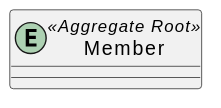
Above: document/puml/membercontext/memberAggregate.svg in SimpleBoardTeam/simpleBoard-server (PlantUML), before the change.
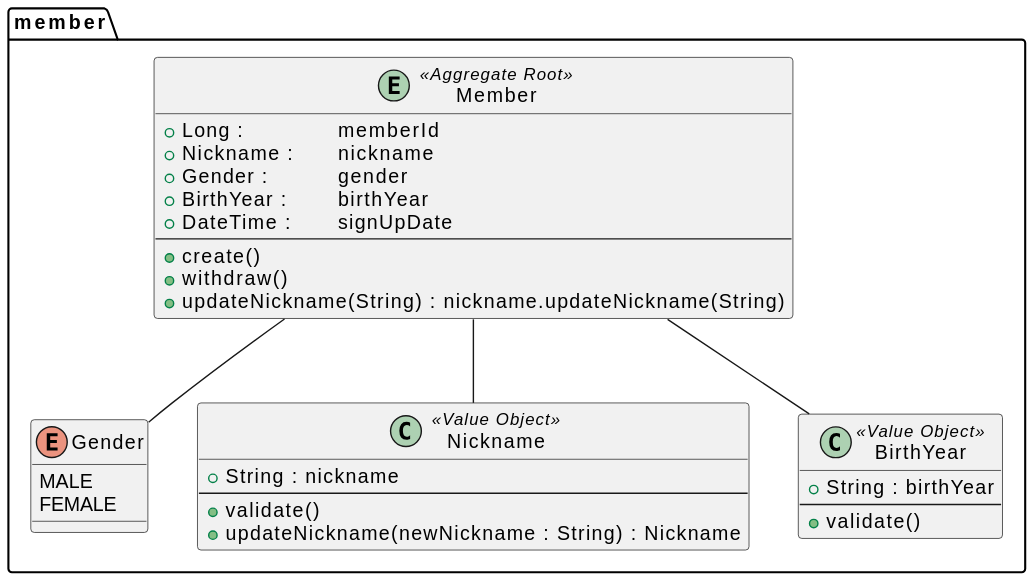
After the commit.

What changed in the source:
```diff
@@ -1,4 +1,37 @@
 @startuml
-entity Member <<Aggregate Root>>{
+package "member" {
+  entity Member <<Aggregate Root>> {
+    +Long : \t\t memberId
+    +Nickname : \t nickname
+    +Gender : \t\t gender
+    +BirthYear : \t birthYear
+    +DateTime : \t signUpDate
+    --
+    +create()
+    +withdraw()
+    +updateNickname(String) : nickname.updateNickname(String)
+}
+
+enum Gender {
+    MALE
+    FEMALE
+}
+
+class Nickname <<Value Object>> {
+    +String : nickname
+    --
+    +validate()
+    +updateNickname(newNickname : String) : Nickname
+}
+
+class BirthYear <<Value Object>> {
+    +String : birthYear
+    --
+    +validate()
+}
+
+Member -- Gender
+Member -- Nickname
+Member -- BirthYear
 }
 @enduml
```
